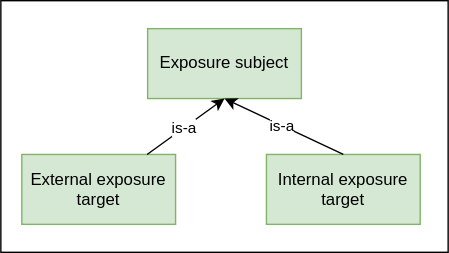
eu-parc/aggregate-exposure-modelling keeps this draw.io diagram as diagrams/sub-group-exposure-target.drawio.svg. Above is the earlier version. Source tidied: cells renumbered, new cells last; positions are measured from the earlier drawing's top-left corner, leaving out a move shared by most shapes. Its diagram source:
```xml
<mxGraphModel>
  <root>
    <mxCell id="0" />
    <mxCell id="1" parent="0" />
    <mxCell id="2" style="rounded=0;whiteSpace=wrap;html=1;" parent="1" vertex="1">
      <mxGeometry width="320" height="180" as="geometry" />
    </mxCell>
    <mxCell id="3" value="External exposure target" style="rounded=0;whiteSpace=wrap;html=1;fillColor=#d5e8d4;strokeColor=#82b366;fontColor=#000000;" parent="1" vertex="1">
      <mxGeometry x="15" y="110" width="110" height="50" as="geometry" />
    </mxCell>
    <mxCell id="4" value="Exposure subject" style="rounded=0;whiteSpace=wrap;html=1;fillColor=#d5e8d4;strokeColor=#82b366;fontColor=#000000;" parent="1" vertex="1">
      <mxGeometry x="105" y="20" width="110" height="50" as="geometry" />
    </mxCell>
    <mxCell id="5" style="endArrow=classic;html=1;rounded=0;entryX=0.5;entryY=1;entryDx=0;entryDy=0;" parent="1" edge="1" source="3" target="4">
      <mxGeometry relative="1" as="geometry" />
    </mxCell>
    <mxCell id="6" value="is-a" style="edgeLabel;html=1;align=center;verticalAlign=middle;" parent="5" vertex="1">
      <mxGeometry relative="1" as="geometry">
        <mxPoint x="-2" as="offset" />
      </mxGeometry>
    </mxCell>
    <mxCell id="7" value="Internal exposure target" style="rounded=0;whiteSpace=wrap;html=1;fillColor=#d5e8d4;strokeColor=#82b366;fontColor=#000000;" parent="1" vertex="1">
      <mxGeometry x="190" y="110" width="110" height="50" as="geometry" />
    </mxCell>
    <mxCell id="8" style="endArrow=classic;html=1;rounded=0;entryX=0.5;entryY=1;entryDx=0;entryDy=0;exitX=0.5;exitY=0;exitDx=0;exitDy=0;" parent="1" edge="1" source="7" target="4">
      <mxGeometry relative="1" as="geometry" />
    </mxCell>
    <mxCell id="9" value="is-a" style="edgeLabel;html=1;align=center;verticalAlign=middle;" parent="8" vertex="1">
      <mxGeometry relative="1" as="geometry">
        <mxPoint x="-2" as="offset" />
      </mxGeometry>
    </mxCell>
  </root>
</mxGraphModel>
```
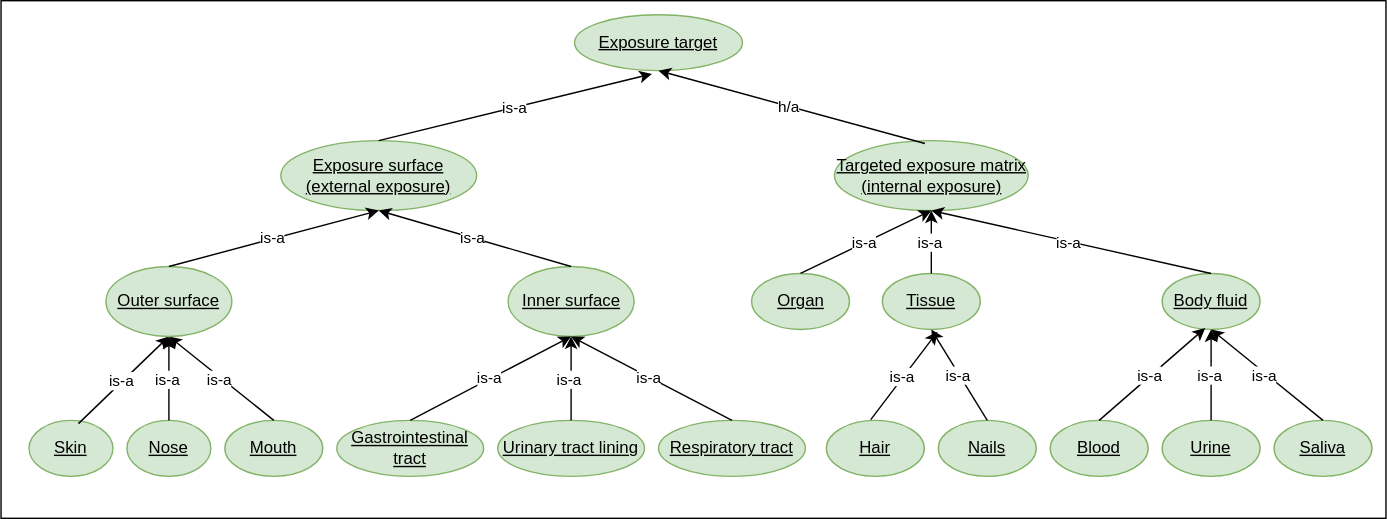
After the change.

Commit message:
Remove old exposure target diagram and replace by updated exposure surface diagram

The edit, as a diff of the source:
```diff
@@ -2,33 +2,209 @@
   <root>
     <mxCell id="0" />
     <mxCell id="1" parent="0" />
-    <mxCell id="2" style="rounded=0;whiteSpace=wrap;html=1;" parent="1" vertex="1">
-      <mxGeometry width="320" height="180" as="geometry" />
-    </mxCell>
-    <mxCell id="3" value="External exposure target" style="rounded=0;whiteSpace=wrap;html=1;fillColor=#d5e8d4;strokeColor=#82b366;fontColor=#000000;" parent="1" vertex="1">
-      <mxGeometry x="15" y="110" width="110" height="50" as="geometry" />
-    </mxCell>
-    <mxCell id="4" value="Exposure subject" style="rounded=0;whiteSpace=wrap;html=1;fillColor=#d5e8d4;strokeColor=#82b366;fontColor=#000000;" parent="1" vertex="1">
-      <mxGeometry x="105" y="20" width="110" height="50" as="geometry" />
-    </mxCell>
-    <mxCell id="5" style="endArrow=classic;html=1;rounded=0;entryX=0.5;entryY=1;entryDx=0;entryDy=0;" parent="1" edge="1" source="3" target="4">
-      <mxGeometry relative="1" as="geometry" />
-    </mxCell>
-    <mxCell id="6" value="is-a" style="edgeLabel;html=1;align=center;verticalAlign=middle;" parent="5" vertex="1">
-      <mxGeometry relative="1" as="geometry">
-        <mxPoint x="-2" as="offset" />
-      </mxGeometry>
-    </mxCell>
-    <mxCell id="7" value="Internal exposure target" style="rounded=0;whiteSpace=wrap;html=1;fillColor=#d5e8d4;strokeColor=#82b366;fontColor=#000000;" parent="1" vertex="1">
-      <mxGeometry x="190" y="110" width="110" height="50" as="geometry" />
-    </mxCell>
-    <mxCell id="8" style="endArrow=classic;html=1;rounded=0;entryX=0.5;entryY=1;entryDx=0;entryDy=0;exitX=0.5;exitY=0;exitDx=0;exitDy=0;" parent="1" edge="1" source="7" target="4">
-      <mxGeometry relative="1" as="geometry" />
-    </mxCell>
-    <mxCell id="9" value="is-a" style="edgeLabel;html=1;align=center;verticalAlign=middle;" parent="8" vertex="1">
-      <mxGeometry relative="1" as="geometry">
-        <mxPoint x="-2" as="offset" />
-      </mxGeometry>
-    </mxCell>
+    <mxCell id="10" style="rounded=0;whiteSpace=wrap;html=1;" parent="1" vertex="1">
+      <mxGeometry x="-400" y="80" width="990" height="370" as="geometry" />
+    </mxCell>
+    <mxCell id="11" value="Targeted exposure matrix (internal exposure)" style="ellipse;whiteSpace=wrap;html=1;fillColor=#d5e8d4;strokeColor=#82b366;fontStyle=4;fontColor=#000000;" parent="1" vertex="1">
+      <mxGeometry x="195.8" y="180" width="138.5" height="50" as="geometry" />
+    </mxCell>
+    <mxCell id="12" value="Exposure surface (external exposure)" style="ellipse;whiteSpace=wrap;html=1;fillColor=#d5e8d4;strokeColor=#82b366;fontStyle=4;fontColor=#000000;" parent="1" vertex="1">
+      <mxGeometry x="-200" y="180" width="140" height="50" as="geometry" />
+    </mxCell>
+    <mxCell id="13" value="Exposure target" style="ellipse;whiteSpace=wrap;html=1;fillColor=#d5e8d4;strokeColor=#82b366;fontStyle=4;fontColor=#000000;" parent="1" vertex="1">
+      <mxGeometry x="10" y="90" width="120" height="40" as="geometry" />
+    </mxCell>
+    <mxCell id="14" style="endArrow=classic;html=1;rounded=0;exitX=0.5;exitY=0;exitDx=0;exitDy=0;entryX=0.461;entryY=1.058;entryDx=0;entryDy=0;entryPerimeter=0;" parent="1" edge="1" source="12" target="13">
+      <mxGeometry relative="1" as="geometry" />
+    </mxCell>
+    <mxCell id="15" value="is-a" style="edgeLabel;html=1;align=center;verticalAlign=middle;" parent="14" vertex="1">
+      <mxGeometry relative="1" as="geometry">
+        <mxPoint x="-2" as="offset" />
+      </mxGeometry>
+    </mxCell>
+    <mxCell id="16" style="endArrow=classic;html=1;rounded=0;exitX=0.467;exitY=0.042;exitDx=0;exitDy=0;entryX=0.5;entryY=1;entryDx=0;entryDy=0;exitPerimeter=0;" parent="1" edge="1" source="11" target="13">
+      <mxGeometry relative="1" as="geometry" />
+    </mxCell>
+    <mxCell id="17" value="h/a" style="edgeLabel;html=1;align=center;verticalAlign=middle;" parent="16" vertex="1">
+      <mxGeometry relative="1" as="geometry">
+        <mxPoint x="-2" as="offset" />
+      </mxGeometry>
+    </mxCell>
+    <mxCell id="18" value="Skin" style="ellipse;whiteSpace=wrap;html=1;fillColor=#d5e8d4;strokeColor=#82b366;fontStyle=4;fontColor=#000000;" parent="1" vertex="1">
+      <mxGeometry x="-380" y="380" width="60" height="40" as="geometry" />
+    </mxCell>
+    <mxCell id="19" value="Mouth" style="ellipse;whiteSpace=wrap;html=1;fillColor=#d5e8d4;strokeColor=#82b366;fontStyle=4;fontColor=#000000;" parent="1" vertex="1">
+      <mxGeometry x="-240" y="380" width="70" height="40" as="geometry" />
+    </mxCell>
+    <mxCell id="20" value="Nose" style="ellipse;whiteSpace=wrap;html=1;fillColor=#d5e8d4;strokeColor=#82b366;fontStyle=4;fontColor=#000000;" parent="1" vertex="1">
+      <mxGeometry x="-310" y="380" width="60" height="40" as="geometry" />
+    </mxCell>
+    <mxCell id="21" value="Organ" style="ellipse;whiteSpace=wrap;html=1;fillColor=#d5e8d4;strokeColor=#82b366;fontStyle=4;fontColor=#000000;" parent="1" vertex="1">
+      <mxGeometry x="136.5" y="275" width="70" height="40" as="geometry" />
+    </mxCell>
+    <mxCell id="22" value="Body fluid" style="ellipse;whiteSpace=wrap;html=1;fillColor=#d5e8d4;strokeColor=#82b366;fontStyle=4;fontColor=#000000;" parent="1" vertex="1">
+      <mxGeometry x="430" y="275" width="70" height="40" as="geometry" />
+    </mxCell>
+    <mxCell id="23" style="endArrow=classic;html=1;rounded=0;exitX=0.589;exitY=0.058;exitDx=0;exitDy=0;exitPerimeter=0;entryX=0.5;entryY=1;entryDx=0;entryDy=0;" parent="1" edge="1" source="18" target="49">
+      <mxGeometry relative="1" as="geometry" />
+    </mxCell>
+    <mxCell id="24" value="is-a" style="edgeLabel;html=1;align=center;verticalAlign=middle;" parent="23" vertex="1">
+      <mxGeometry relative="1" as="geometry">
+        <mxPoint x="-2" as="offset" />
+      </mxGeometry>
+    </mxCell>
+    <mxCell id="25" style="endArrow=classic;html=1;rounded=0;exitX=0.5;exitY=0;exitDx=0;exitDy=0;entryX=0.5;entryY=1;entryDx=0;entryDy=0;" parent="1" edge="1" source="20" target="49">
+      <mxGeometry relative="1" as="geometry" />
+    </mxCell>
+    <mxCell id="26" value="is-a" style="edgeLabel;html=1;align=center;verticalAlign=middle;" parent="25" vertex="1">
+      <mxGeometry relative="1" as="geometry">
+        <mxPoint x="-2" as="offset" />
+      </mxGeometry>
+    </mxCell>
+    <mxCell id="27" style="endArrow=classic;html=1;rounded=0;exitX=0.5;exitY=0;exitDx=0;exitDy=0;entryX=0.5;entryY=1;entryDx=0;entryDy=0;" parent="1" edge="1" source="19" target="49">
+      <mxGeometry relative="1" as="geometry" />
+    </mxCell>
+    <mxCell id="28" value="is-a" style="edgeLabel;html=1;align=center;verticalAlign=middle;" parent="27" vertex="1">
+      <mxGeometry relative="1" as="geometry">
+        <mxPoint x="-2" as="offset" />
+      </mxGeometry>
+    </mxCell>
+    <mxCell id="29" style="endArrow=classic;html=1;rounded=0;exitX=0.5;exitY=0;exitDx=0;exitDy=0;entryX=0.5;entryY=1;entryDx=0;entryDy=0;" parent="1" edge="1" source="21" target="11">
+      <mxGeometry relative="1" as="geometry" />
+    </mxCell>
+    <mxCell id="30" value="is-a" style="edgeLabel;html=1;align=center;verticalAlign=middle;" parent="29" vertex="1">
+      <mxGeometry relative="1" as="geometry">
+        <mxPoint x="-2" as="offset" />
+      </mxGeometry>
+    </mxCell>
+    <mxCell id="31" style="endArrow=classic;html=1;rounded=0;exitX=0.5;exitY=0;exitDx=0;exitDy=0;entryX=0.5;entryY=1;entryDx=0;entryDy=0;" parent="1" edge="1" source="22" target="11">
+      <mxGeometry relative="1" as="geometry" />
+    </mxCell>
+    <mxCell id="32" value="is-a" style="edgeLabel;html=1;align=center;verticalAlign=middle;" parent="31" vertex="1">
+      <mxGeometry relative="1" as="geometry">
+        <mxPoint x="-2" as="offset" />
+      </mxGeometry>
+    </mxCell>
+    <mxCell id="33" value="Hair" style="ellipse;whiteSpace=wrap;html=1;fillColor=#d5e8d4;strokeColor=#82b366;fontStyle=4;fontColor=#000000;" parent="1" vertex="1">
+      <mxGeometry x="190" y="380" width="70" height="40" as="geometry" />
+    </mxCell>
+    <mxCell id="34" value="Urine" style="ellipse;whiteSpace=wrap;html=1;fillColor=#d5e8d4;strokeColor=#82b366;fontStyle=4;fontColor=#000000;" parent="1" vertex="1">
+      <mxGeometry x="430" y="380" width="70" height="40" as="geometry" />
+    </mxCell>
+    <mxCell id="35" value="Saliva" style="ellipse;whiteSpace=wrap;html=1;fillColor=#d5e8d4;strokeColor=#82b366;fontStyle=4;fontColor=#000000;" parent="1" vertex="1">
+      <mxGeometry x="510" y="380" width="70" height="40" as="geometry" />
+    </mxCell>
+    <mxCell id="36" style="endArrow=classic;html=1;rounded=0;exitX=0.5;exitY=0;exitDx=0;exitDy=0;entryX=0.5;entryY=1;entryDx=0;entryDy=0;" parent="1" edge="1" source="34" target="22">
+      <mxGeometry relative="1" as="geometry" />
+    </mxCell>
+    <mxCell id="37" value="is-a" style="edgeLabel;html=1;align=center;verticalAlign=middle;" parent="36" vertex="1">
+      <mxGeometry relative="1" as="geometry">
+        <mxPoint x="-2" as="offset" />
+      </mxGeometry>
+    </mxCell>
+    <mxCell id="38" style="endArrow=classic;html=1;rounded=0;exitX=0.5;exitY=0;exitDx=0;exitDy=0;entryX=0.5;entryY=1;entryDx=0;entryDy=0;" parent="1" edge="1" source="35" target="22">
+      <mxGeometry relative="1" as="geometry" />
+    </mxCell>
+    <mxCell id="39" value="is-a" style="edgeLabel;html=1;align=center;verticalAlign=middle;" parent="38" vertex="1">
+      <mxGeometry relative="1" as="geometry">
+        <mxPoint x="-2" as="offset" />
+      </mxGeometry>
+    </mxCell>
+    <mxCell id="40" value="Blood" style="ellipse;whiteSpace=wrap;html=1;fillColor=#d5e8d4;strokeColor=#82b366;fontStyle=4;fontColor=#000000;" parent="1" vertex="1">
+      <mxGeometry x="350" y="380" width="70" height="40" as="geometry" />
+    </mxCell>
+    <mxCell id="41" style="endArrow=classic;html=1;rounded=0;exitX=0.5;exitY=0;exitDx=0;exitDy=0;entryX=0.44;entryY=0.975;entryDx=0;entryDy=0;entryPerimeter=0;" parent="1" edge="1" source="40" target="22">
+      <mxGeometry relative="1" as="geometry" />
+    </mxCell>
+    <mxCell id="42" value="is-a" style="edgeLabel;html=1;align=center;verticalAlign=middle;" parent="41" vertex="1">
+      <mxGeometry relative="1" as="geometry">
+        <mxPoint x="-2" as="offset" />
+      </mxGeometry>
+    </mxCell>
+    <mxCell id="43" value="Nails" style="ellipse;whiteSpace=wrap;html=1;fillColor=#d5e8d4;strokeColor=#82b366;fontStyle=4;fontColor=#000000;" parent="1" vertex="1">
+      <mxGeometry x="270" y="380" width="70" height="40" as="geometry" />
+    </mxCell>
+    <mxCell id="44" value="Tissue" style="ellipse;whiteSpace=wrap;html=1;fillColor=#d5e8d4;strokeColor=#82b366;fontStyle=4;fontColor=#000000;" parent="1" vertex="1">
+      <mxGeometry x="230" y="275" width="70" height="40" as="geometry" />
+    </mxCell>
+    <mxCell id="45" style="endArrow=classic;html=1;rounded=0;exitX=0.453;exitY=-0.014;exitDx=0;exitDy=0;entryX=0.563;entryY=1.042;entryDx=0;entryDy=0;exitPerimeter=0;entryPerimeter=0;" parent="1" edge="1" source="33" target="44">
+      <mxGeometry relative="1" as="geometry" />
+    </mxCell>
+    <mxCell id="46" value="is-a" style="edgeLabel;html=1;align=center;verticalAlign=middle;" parent="45" vertex="1">
+      <mxGeometry relative="1" as="geometry">
+        <mxPoint x="-2" as="offset" />
+      </mxGeometry>
+    </mxCell>
+    <mxCell id="47" style="endArrow=classic;html=1;rounded=0;exitX=0.5;exitY=0;exitDx=0;exitDy=0;entryX=0.5;entryY=1;entryDx=0;entryDy=0;" parent="1" edge="1" source="43" target="44">
+      <mxGeometry relative="1" as="geometry" />
+    </mxCell>
+    <mxCell id="48" value="is-a" style="edgeLabel;html=1;align=center;verticalAlign=middle;" parent="47" vertex="1">
+      <mxGeometry relative="1" as="geometry">
+        <mxPoint x="-2" as="offset" />
+      </mxGeometry>
+    </mxCell>
+    <mxCell id="49" value="Outer surface" style="ellipse;whiteSpace=wrap;html=1;fillColor=#d5e8d4;strokeColor=#82b366;fontStyle=4;fontColor=#000000;" parent="1" vertex="1">
+      <mxGeometry x="-325" y="270" width="90" height="50" as="geometry" />
+    </mxCell>
+    <mxCell id="50" value="Inner surface" style="ellipse;whiteSpace=wrap;html=1;fillColor=#d5e8d4;strokeColor=#82b366;fontStyle=4;fontColor=#000000;" parent="1" vertex="1">
+      <mxGeometry x="-37.5" y="270" width="90" height="50" as="geometry" />
+    </mxCell>
+    <mxCell id="51" style="endArrow=classic;html=1;rounded=0;exitX=0.5;exitY=0;exitDx=0;exitDy=0;entryX=0.5;entryY=1;entryDx=0;entryDy=0;" parent="1" edge="1" source="49" target="12">
+      <mxGeometry relative="1" as="geometry" />
+    </mxCell>
+    <mxCell id="52" value="is-a" style="edgeLabel;html=1;align=center;verticalAlign=middle;" parent="51" vertex="1">
+      <mxGeometry relative="1" as="geometry">
+        <mxPoint x="-2" as="offset" />
+      </mxGeometry>
+    </mxCell>
+    <mxCell id="53" style="endArrow=classic;html=1;rounded=0;exitX=0.5;exitY=0;exitDx=0;exitDy=0;entryX=0.5;entryY=1;entryDx=0;entryDy=0;" parent="1" edge="1" source="50" target="12">
+      <mxGeometry relative="1" as="geometry" />
+    </mxCell>
+    <mxCell id="54" value="is-a" style="edgeLabel;html=1;align=center;verticalAlign=middle;" parent="53" vertex="1">
+      <mxGeometry relative="1" as="geometry">
+        <mxPoint x="-2" as="offset" />
+      </mxGeometry>
+    </mxCell>
+    <mxCell id="55" value="Gastrointestinal tract" style="ellipse;whiteSpace=wrap;html=1;fillColor=#d5e8d4;strokeColor=#82b366;fontStyle=4;fontColor=#000000;" parent="1" vertex="1">
+      <mxGeometry x="-160" y="380" width="105" height="40" as="geometry" />
+    </mxCell>
+    <mxCell id="56" value="Respiratory tract" style="ellipse;whiteSpace=wrap;html=1;fillColor=#d5e8d4;strokeColor=#82b366;fontStyle=4;fontColor=#000000;" parent="1" vertex="1">
+      <mxGeometry x="70" y="380" width="105" height="40" as="geometry" />
+    </mxCell>
+    <mxCell id="57" value="Urinary tract lining" style="ellipse;whiteSpace=wrap;html=1;fillColor=#d5e8d4;strokeColor=#82b366;fontStyle=4;fontColor=#000000;" parent="1" vertex="1">
+      <mxGeometry x="-45" y="380" width="105" height="40" as="geometry" />
+    </mxCell>
+    <mxCell id="58" style="endArrow=classic;html=1;rounded=0;exitX=0.5;exitY=0;exitDx=0;exitDy=0;entryX=0.5;entryY=1;entryDx=0;entryDy=0;" parent="1" edge="1" source="56" target="50">
+      <mxGeometry relative="1" as="geometry" />
+    </mxCell>
+    <mxCell id="59" value="is-a" style="edgeLabel;html=1;align=center;verticalAlign=middle;" parent="58" vertex="1">
+      <mxGeometry relative="1" as="geometry">
+        <mxPoint x="-2" as="offset" />
+      </mxGeometry>
+    </mxCell>
+    <mxCell id="60" style="endArrow=classic;html=1;rounded=0;exitX=0.5;exitY=0;exitDx=0;exitDy=0;entryX=0.5;entryY=1;entryDx=0;entryDy=0;" parent="1" edge="1" source="55" target="50">
+      <mxGeometry relative="1" as="geometry" />
+    </mxCell>
+    <mxCell id="61" value="is-a" style="edgeLabel;html=1;align=center;verticalAlign=middle;" parent="60" vertex="1">
+      <mxGeometry relative="1" as="geometry">
+        <mxPoint x="-2" as="offset" />
+      </mxGeometry>
+    </mxCell>
+    <mxCell id="62" style="endArrow=classic;html=1;rounded=0;exitX=0.5;exitY=0;exitDx=0;exitDy=0;entryX=0.5;entryY=1;entryDx=0;entryDy=0;" parent="1" edge="1" source="57" target="50">
+      <mxGeometry relative="1" as="geometry" />
+    </mxCell>
+    <mxCell id="63" value="is-a" style="edgeLabel;html=1;align=center;verticalAlign=middle;" parent="62" vertex="1">
+      <mxGeometry relative="1" as="geometry">
+        <mxPoint x="-2" as="offset" />
+      </mxGeometry>
+    </mxCell>
+    <mxCell id="64" style="endArrow=classic;html=1;rounded=0;exitX=0.5;exitY=0;exitDx=0;exitDy=0;entryX=0.5;entryY=1;entryDx=0;entryDy=0;" parent="1" edge="1" source="44" target="11">
+      <mxGeometry relative="1" as="geometry" />
+    </mxCell>
+    <mxCell id="65" value="is-a" style="edgeLabel;html=1;align=center;verticalAlign=middle;" parent="64" vertex="1">
+      <mxGeometry relative="1" as="geometry">
+        <mxPoint x="-2" as="offset" />
+      </mxGeometry>
+    </mxCell>
   </root>
 </mxGraphModel>
```
